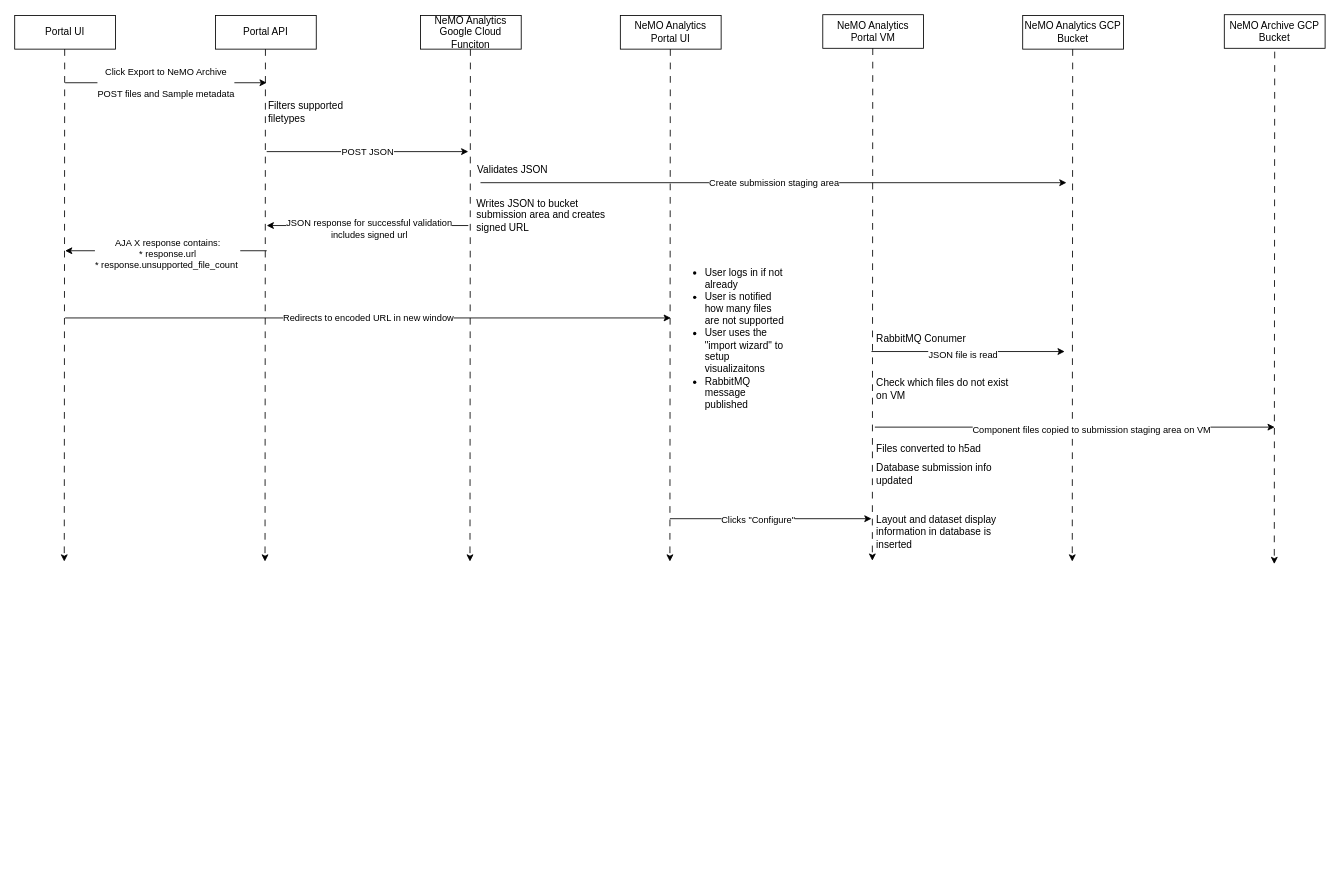
The draw.io diagram www/nemoarchive_import/sequence_diagram.drawio in IGS/gEAR, before the edit. Source tidied: cells renumbered, new cells numbered last; positions are measured from the earlier drawing's top-left corner, leaving out a move shared by most shapes. Both pictures are drawn from the tidied source at 84%, with x=0, y=0 at pixel (14, 14).
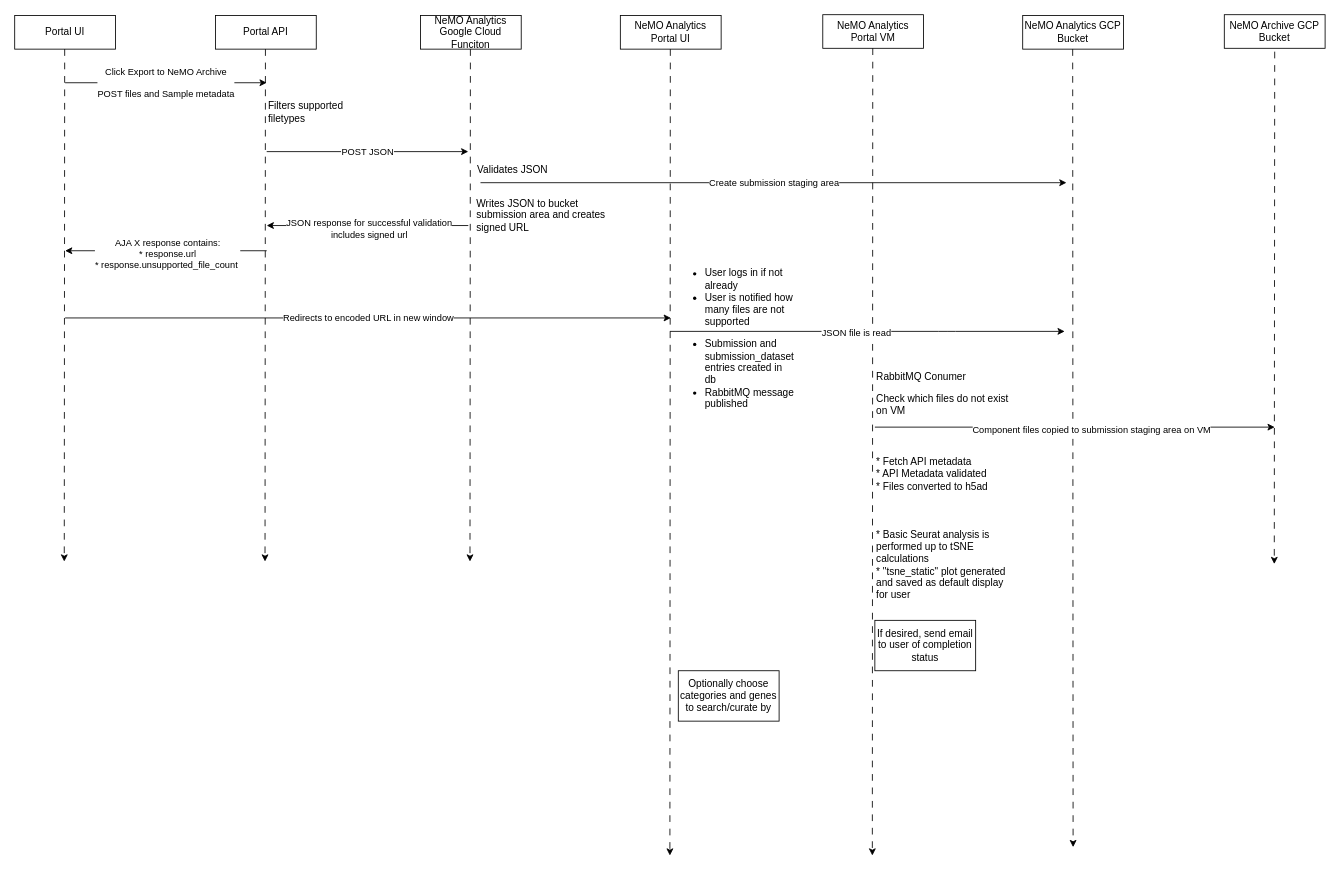
The same diagram, later.

Diff of the diagram source:
```diff
@@
     <mxCell id="9" style="edgeStyle=none;orthogonalLoop=1;jettySize=auto;html=1;dashed=1;dashPattern=8 8;" parent="1" edge="1">
       <mxGeometry relative="1" as="geometry">
         <mxPoint x="780.5" y="41" as="sourcePoint" />
-        <mxPoint x="780" y="651" as="targetPoint" />
+        <mxPoint x="780" y="1001" as="targetPoint" />
       </mxGeometry>
     </mxCell>
@@
-    <mxCell id="19" value="&lt;ul&gt;&lt;li&gt;User logs in if not already&lt;/li&gt;&lt;li&gt;User is notified how many files are not supported&lt;/li&gt;&lt;li&gt;User uses the &quot;import wizard&quot; to setup visualizaitons&lt;/li&gt;&lt;li&gt;RabbitMQ message published&lt;/li&gt;&lt;/ul&gt;" style="text;strokeColor=none;align=left;fillColor=none;html=1;verticalAlign=middle;whiteSpace=wrap;rounded=0;" parent="1" vertex="1">
+    <mxCell id="19" value="&lt;ul&gt;&lt;li&gt;User logs in if not already&lt;/li&gt;&lt;li&gt;User is notified how many files are not supported&lt;/li&gt;&lt;/ul&gt;&lt;ul&gt;&lt;li&gt;&lt;span style=&quot;background-color: initial;&quot;&gt;Submission and submission_dataset entries created in db&lt;/span&gt;&lt;/li&gt;&lt;li&gt;&lt;span style=&quot;background-color: initial;&quot;&gt;RabbitMQ message published&lt;/span&gt;&lt;br&gt;&lt;/li&gt;&lt;/ul&gt;" style="text;strokeColor=none;align=left;fillColor=none;html=1;verticalAlign=middle;whiteSpace=wrap;rounded=0;" parent="1" vertex="1">
       <mxGeometry x="780" y="371" width="140" height="30" as="geometry" />
     </mxCell>
@@
     <mxCell id="21" style="edgeStyle=none;orthogonalLoop=1;jettySize=auto;html=1;dashed=1;dashPattern=8 8;" parent="1" edge="1">
       <mxGeometry relative="1" as="geometry">
         <mxPoint x="1021.5" y="40" as="sourcePoint" />
-        <mxPoint x="1021" y="650" as="targetPoint" />
+        <mxPoint x="1021" y="1001" as="targetPoint" />
       </mxGeometry>
     </mxCell>
@@
     <mxCell id="23" style="edgeStyle=none;orthogonalLoop=1;jettySize=auto;html=1;dashed=1;dashPattern=8 8;" parent="1" edge="1">
       <mxGeometry relative="1" as="geometry">
         <mxPoint x="1259.5" y="41" as="sourcePoint" />
-        <mxPoint x="1259" y="651" as="targetPoint" />
+        <mxPoint x="1260" y="991" as="targetPoint" />
       </mxGeometry>
     </mxCell>
@@
     <mxCell id="26" value="RabbitMQ Conumer" style="text;strokeColor=none;align=left;fillColor=none;html=1;verticalAlign=middle;whiteSpace=wrap;rounded=0;" parent="1" vertex="1">
-      <mxGeometry x="1024" y="371" width="140" height="30" as="geometry" />
+      <mxGeometry x="1024" y="416" width="140" height="30" as="geometry" />
     </mxCell>
-    <mxCell id="27" style="edgeStyle=none;orthogonalLoop=1;jettySize=auto;html=1;" parent="1" edge="1">
+    <mxCell id="27" style="edgeStyle=none;orthogonalLoop=1;jettySize=auto;html=1;exitX=0;exitY=1;exitDx=0;exitDy=0;" parent="1" edge="1">
       <mxGeometry relative="1" as="geometry">
-        <mxPoint x="1020" y="401" as="sourcePoint" />
-        <mxPoint x="1250" y="401" as="targetPoint" />
+        <mxPoint x="780" y="377" as="sourcePoint" />
+        <mxPoint x="1250" y="377" as="targetPoint" />
         <Array as="points">
-          <mxPoint x="1110" y="401" />
+          <mxPoint x="1110" y="377" />
         </Array>
       </mxGeometry>
     </mxCell>
     <mxCell id="28" value="JSON file is read" style="edgeLabel;html=1;align=center;verticalAlign=middle;" parent="27" vertex="1">
-      <mxGeometry x="-0.06" y="-3" relative="1" as="geometry" />
+      <mxGeometry x="-0.06" y="-3" relative="1" as="geometry">
+        <mxPoint y="-2" as="offset" />
+      </mxGeometry>
     </mxCell>
@@
     <mxCell id="31" value="Check which files do not exist on VM" style="text;strokeColor=none;align=left;fillColor=none;html=1;verticalAlign=middle;whiteSpace=wrap;rounded=0;" parent="1" vertex="1">
-      <mxGeometry x="1024" y="431" width="160" height="30" as="geometry" />
+      <mxGeometry x="1024" y="449" width="160" height="30" as="geometry" />
     </mxCell>
@@
-    <mxCell id="34" value="Files converted to h5ad" style="text;strokeColor=none;align=left;fillColor=none;html=1;verticalAlign=middle;whiteSpace=wrap;rounded=0;" parent="1" vertex="1">
-      <mxGeometry x="1024" y="502" width="160" height="30" as="geometry" />
+    <mxCell id="34" value="* Fetch API metadata&lt;br&gt;* API Metadata validated&lt;br&gt;* Files converted to h5ad" style="text;strokeColor=none;align=left;fillColor=none;html=1;verticalAlign=middle;whiteSpace=wrap;rounded=0;" parent="1" vertex="1">
+      <mxGeometry x="1024" y="532" width="160" height="30" as="geometry" />
     </mxCell>
-    <mxCell id="35" style="edgeStyle=none;orthogonalLoop=1;jettySize=auto;html=1;" parent="1" edge="1">
-      <mxGeometry relative="1" as="geometry">
-        <mxPoint x="780" y="600" as="sourcePoint" />
-        <mxPoint x="1020" y="600" as="targetPoint" />
-      </mxGeometry>
-    </mxCell>
-    <mxCell id="36" value="Clicks &quot;Configure&quot;" style="edgeLabel;html=1;align=center;verticalAlign=middle;" parent="35" vertex="1">
-      <mxGeometry x="-0.13" relative="1" as="geometry">
-        <mxPoint y="1" as="offset" />
-      </mxGeometry>
-    </mxCell>
-    <mxCell id="37" value="Database submission info updated" style="text;strokeColor=none;align=left;fillColor=none;html=1;verticalAlign=middle;whiteSpace=wrap;rounded=0;" parent="1" vertex="1">
-      <mxGeometry x="1024" y="532" width="160" height="30" as="geometry" />
-    </mxCell>
-    <mxCell id="38" value="Layout and dataset display information in database is inserted" style="text;strokeColor=none;align=left;fillColor=none;html=1;verticalAlign=middle;whiteSpace=wrap;rounded=0;" parent="1" vertex="1">
-      <mxGeometry x="1024" y="601" width="160" height="30" as="geometry" />
+    <mxCell id="38" value="* Basic Seurat analysis is performed up to tSNE calculations&lt;br&gt;* &quot;tsne_static&quot; plot generated and saved as default display for user" style="text;strokeColor=none;align=left;fillColor=none;html=1;verticalAlign=middle;whiteSpace=wrap;rounded=0;" parent="1" vertex="1">
+      <mxGeometry x="1024" y="640" width="160" height="30" as="geometry" />
     </mxCell>
+    <mxCell id="39" value="Optionally choose categories and genes to search/curate by" style="whiteSpace=wrap;html=1;" parent="1" vertex="1">
+      <mxGeometry x="790" y="781" width="120" height="60" as="geometry" />
+    </mxCell>
+    <mxCell id="40" value="If desired, send email to user of completion status" style="whiteSpace=wrap;html=1;" parent="1" vertex="1">
+      <mxGeometry x="1024" y="721" width="120" height="60" as="geometry" />
+    </mxCell>
```
